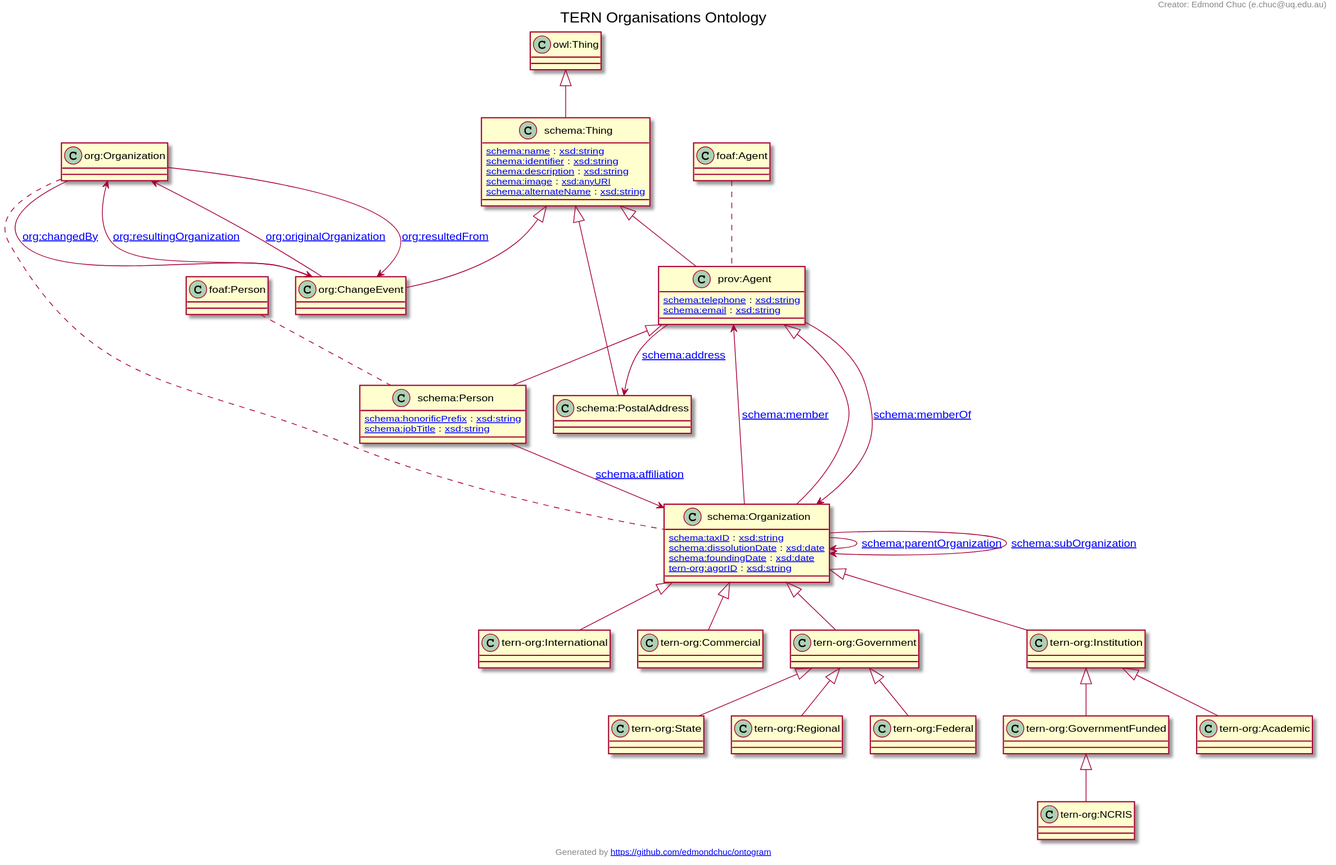
Above: docs/tern-org.ttl.txt.svg in ternaustralia/ontology_tern-org (PlantUML), before the change.
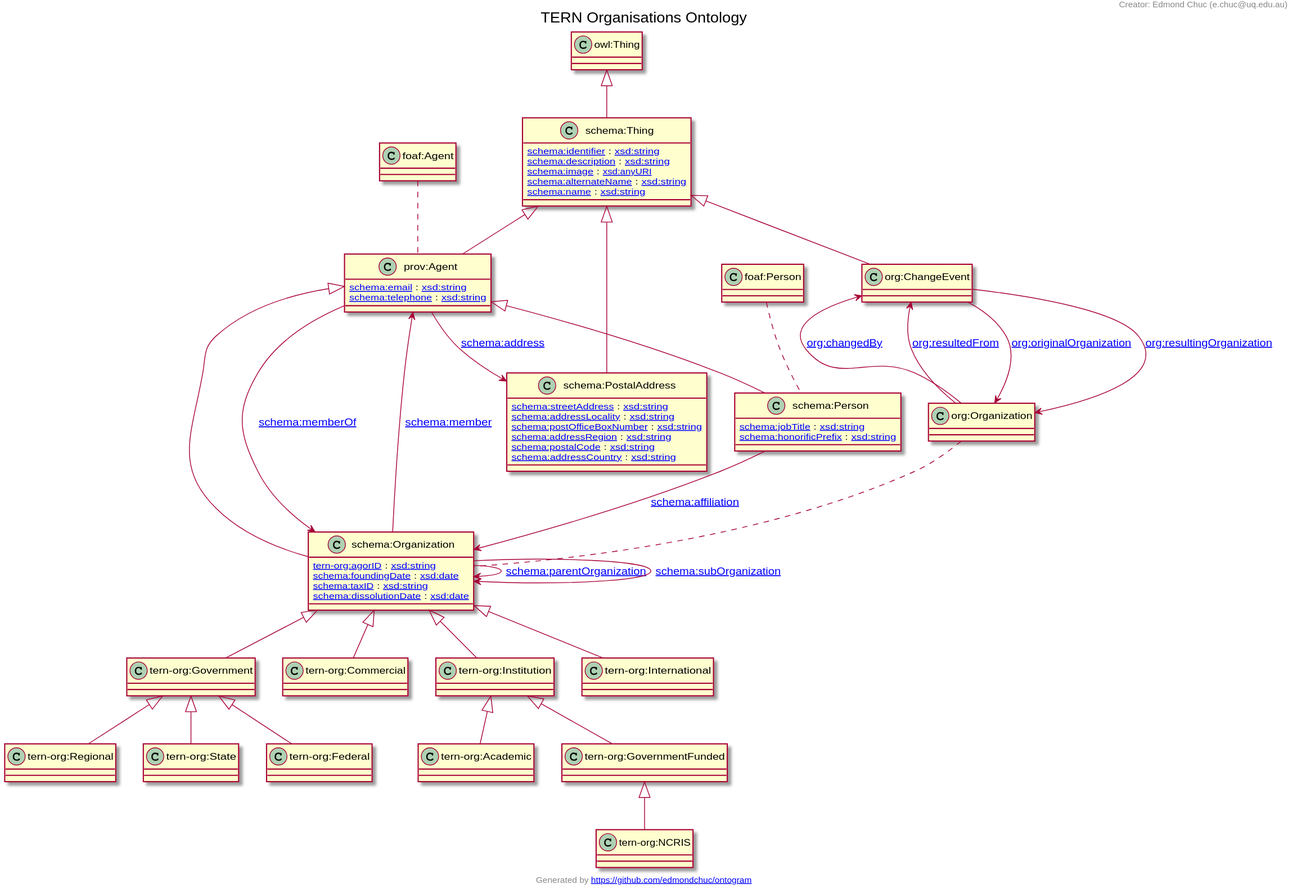
Later version of the same file.

What changed in the source:
```diff
@@ -1,79 +1,85 @@
 @startuml
 title TERN Organisations Ontology
-"prov:Agent" <|-- "schema:Organization"
-"prov:Agent" <|-- "schema:Person"
-"owl:Thing" <|-- "schema:Thing"
-"schema:Organization" <|-- "tern-org:International"
+"schema:Thing" <|-- "prov:Agent"
+"tern-org:Government" <|-- "tern-org:Federal"
 "schema:Organization" <|-- "tern-org:Commercial"
 "schema:Organization" <|-- "tern-org:Government"
+"prov:Agent" <|-- "schema:Organization"
+"tern-org:Institution" <|-- "tern-org:Academic"
+"tern-org:Government" <|-- "tern-org:Regional"
+"prov:Agent" <|-- "schema:Person"
+"tern-org:Institution" <|-- "tern-org:GovernmentFunded"
 "schema:Thing" <|-- "org:ChangeEvent"
-"tern-org:Government" <|-- "tern-org:Regional"
-"tern-org:Government" <|-- "tern-org:Federal"
-"tern-org:Institution" <|-- "tern-org:Academic"
+"schema:Thing" <|-- "schema:PostalAddress"
+"tern-org:GovernmentFunded" <|-- "tern-org:NCRIS"
+"owl:Thing" <|-- "schema:Thing"
 "schema:Organization" <|-- "tern-org:Institution"
-"tern-org:GovernmentFunded" <|-- "tern-org:NCRIS"
-"schema:Thing" <|-- "schema:PostalAddress"
-"tern-org:Institution" <|-- "tern-org:GovernmentFunded"
 "tern-org:Government" <|-- "tern-org:State"
-"schema:Thing" <|-- "prov:Agent"
-Class "schema:Organization" [[http://schema.org/Organization]] {
-[[http://schema.org/taxID schema:taxID]] : [[http://www.w3.org/2001/XMLSchema#string xsd:string]]
-[[http://schema.org/dissolutionDate schema:dissolutionDate]] : [[http://www.w3.org/2001/XMLSchema#date xsd:date]]
-[[http://schema.org/foundingDate schema:foundingDate]] : [[http://www.w3.org/2001/XMLSchema#date xsd:date]]
-[[https://w3id.org/tern/ontologies/org/agorID tern-org:agorID]] : [[http://www.w3.org/2001/XMLSchema#string xsd:string]]
+"schema:Organization" <|-- "tern-org:International"
+Class "prov:Agent" [[http://www.w3.org/ns/prov#Agent]] {
+[[http://schema.org/email schema:email]] : [[http://www.w3.org/2001/XMLSchema#string xsd:string]]
+[[http://schema.org/telephone schema:telephone]] : [[http://www.w3.org/2001/XMLSchema#string xsd:string]]
 }
-Class "schema:Person" [[http://schema.org/Person]] {
-[[http://schema.org/honorificPrefix schema:honorificPrefix]] : [[http://www.w3.org/2001/XMLSchema#string xsd:string]]
-[[http://schema.org/jobTitle schema:jobTitle]] : [[http://www.w3.org/2001/XMLSchema#string xsd:string]]
-}
-Class "schema:Thing" [[http://schema.org/Thing]] {
-[[http://schema.org/name schema:name]] : [[http://www.w3.org/2001/XMLSchema#string xsd:string]]
-[[http://schema.org/identifier schema:identifier]] : [[http://www.w3.org/2001/XMLSchema#string xsd:string]]
-[[http://schema.org/description schema:description]] : [[http://www.w3.org/2001/XMLSchema#string xsd:string]]
-[[http://schema.org/image schema:image]] : [[http://www.w3.org/2001/XMLSchema#anyURI xsd:anyURI]]
-[[http://schema.org/alternateName schema:alternateName]] : [[http://www.w3.org/2001/XMLSchema#string xsd:string]]
-}
-Class "tern-org:International" [[https://w3id.org/tern/ontologies/org/International]] {
+Class "tern-org:Federal" [[https://w3id.org/tern/ontologies/org/Federal]] {
 }
 Class "tern-org:Commercial" [[https://w3id.org/tern/ontologies/org/Commercial]] {
 }
 Class "tern-org:Government" [[https://w3id.org/tern/ontologies/org/Government]] {
 }
-Class "org:ChangeEvent" [[http://www.w3.org/ns/org#ChangeEvent]] {
+Class "schema:Organization" [[http://schema.org/Organization]] {
+[[https://w3id.org/tern/ontologies/org/agorID tern-org:agorID]] : [[http://www.w3.org/2001/XMLSchema#string xsd:string]]
+[[http://schema.org/foundingDate schema:foundingDate]] : [[http://www.w3.org/2001/XMLSchema#date xsd:date]]
+[[http://schema.org/taxID schema:taxID]] : [[http://www.w3.org/2001/XMLSchema#string xsd:string]]
+[[http://schema.org/dissolutionDate schema:dissolutionDate]] : [[http://www.w3.org/2001/XMLSchema#date xsd:date]]
+}
+Class "tern-org:Academic" [[https://w3id.org/tern/ontologies/org/Academic]] {
 }
 Class "tern-org:Regional" [[https://w3id.org/tern/ontologies/org/Regional]] {
 }
-Class "tern-org:Federal" [[https://w3id.org/tern/ontologies/org/Federal]] {
+Class "schema:Person" [[http://schema.org/Person]] {
+[[http://schema.org/jobTitle schema:jobTitle]] : [[http://www.w3.org/2001/XMLSchema#string xsd:string]]
+[[http://schema.org/honorificPrefix schema:honorificPrefix]] : [[http://www.w3.org/2001/XMLSchema#string xsd:string]]
 }
-Class "tern-org:Academic" [[https://w3id.org/tern/ontologies/org/Academic]] {
+Class "tern-org:GovernmentFunded" [[https://w3id.org/tern/ontologies/org/GovernmentFunded]] {
+}
+Class "org:ChangeEvent" [[http://www.w3.org/ns/org#ChangeEvent]] {
+}
+Class "schema:PostalAddress" [[http://schema.org/PostalAddress]] {
+[[http://schema.org/streetAddress schema:streetAddress]] : [[http://www.w3.org/2001/XMLSchema#string xsd:string]]
+[[http://schema.org/addressLocality schema:addressLocality]] : [[http://www.w3.org/2001/XMLSchema#string xsd:string]]
+[[http://schema.org/postOfficeBoxNumber schema:postOfficeBoxNumber]] : [[http://www.w3.org/2001/XMLSchema#string xsd:string]]
+[[http://schema.org/addressRegion schema:addressRegion]] : [[http://www.w3.org/2001/XMLSchema#string xsd:string]]
+[[http://schema.org/postalCode schema:postalCode]] : [[http://www.w3.org/2001/XMLSchema#string xsd:string]]
+[[http://schema.org/addressCountry schema:addressCountry]] : [[http://www.w3.org/2001/XMLSchema#string xsd:string]]
+}
+Class "tern-org:NCRIS" [[https://w3id.org/tern/ontologies/org/NCRIS]] {
+}
+Class "schema:Thing" [[http://schema.org/Thing]] {
+[[http://schema.org/identifier schema:identifier]] : [[http://www.w3.org/2001/XMLSchema#string xsd:string]]
+[[http://schema.org/description schema:description]] : [[http://www.w3.org/2001/XMLSchema#string xsd:string]]
+[[http://schema.org/image schema:image]] : [[http://www.w3.org/2001/XMLSchema#anyURI xsd:anyURI]]
+[[http://schema.org/alternateName schema:alternateName]] : [[http://www.w3.org/2001/XMLSchema#string xsd:string]]
+[[http://schema.org/name schema:name]] : [[http://www.w3.org/2001/XMLSchema#string xsd:string]]
 }
 Class "tern-org:Institution" [[https://w3id.org/tern/ontologies/org/Institution]] {
 }
-Class "tern-org:NCRIS" [[https://w3id.org/tern/ontologies/org/NCRIS]] {
-}
-Class "schema:PostalAddress" [[http://schema.org/PostalAddress]] {
-}
-Class "tern-org:GovernmentFunded" [[https://w3id.org/tern/ontologies/org/GovernmentFunded]] {
-}
 Class "tern-org:State" [[https://w3id.org/tern/ontologies/org/State]] {
 }
-Class "prov:Agent" [[http://www.w3.org/ns/prov#Agent]] {
-[[http://schema.org/telephone schema:telephone]] : [[http://www.w3.org/2001/XMLSchema#string xsd:string]]
-[[http://schema.org/email schema:email]] : [[http://www.w3.org/2001/XMLSchema#string xsd:string]]
+Class "tern-org:International" [[https://w3id.org/tern/ontologies/org/International]] {
 }
+"schema:Organization" --> "schema:Organization" : "[[http://schema.org/parentOrganization schema:parentOrganization]]"
+"org:ChangeEvent" --> "org:Organization" : "[[http://www.w3.org/ns/org#originalOrganization org:originalOrganization]]"
 "prov:Agent" --> "schema:PostalAddress" : "[[http://schema.org/address schema:address]]"
-"schema:Organization" --> "schema:Organization" : "[[http://schema.org/parentOrganization schema:parentOrganization]]"
+"schema:Person" --> "schema:Organization" : "[[http://schema.org/affiliation schema:affiliation]]"
 "org:ChangeEvent" --> "org:Organization" : "[[http://www.w3.org/ns/org#resultingOrganization org:resultingOrganization]]"
+"org:Organization" --> "org:ChangeEvent" : "[[http://www.w3.org/ns/org#changedBy org:changedBy]]"
+"prov:Agent" --> "schema:Organization" : "[[http://schema.org/memberOf schema:memberOf]]"
 "schema:Organization" --> "prov:Agent" : "[[http://schema.org/member schema:member]]"
+"schema:Organization" --> "schema:Organization" : "[[http://schema.org/subOrganization schema:subOrganization]]"
 "org:Organization" --> "org:ChangeEvent" : "[[http://www.w3.org/ns/org#resultedFrom org:resultedFrom]]"
-"schema:Person" --> "schema:Organization" : "[[http://schema.org/affiliation schema:affiliation]]"
-"schema:Organization" --> "schema:Organization" : "[[http://schema.org/subOrganization schema:subOrganization]]"
-"prov:Agent" --> "schema:Organization" : "[[http://schema.org/memberOf schema:memberOf]]"
-"org:ChangeEvent" --> "org:Organization" : "[[http://www.w3.org/ns/org#originalOrganization org:originalOrganization]]"
-"org:Organization" --> "org:ChangeEvent" : "[[http://www.w3.org/ns/org#changedBy org:changedBy]]"
+"foaf:Agent" .. "prov:Agent"
 "org:Organization" .. "schema:Organization"
 "foaf:Person" .. "schema:Person"
-"foaf:Agent" .. "prov:Agent"
 header
 Creator: Edmond Chuc (e.chuc@uq.edu.au)
 endheader
```
